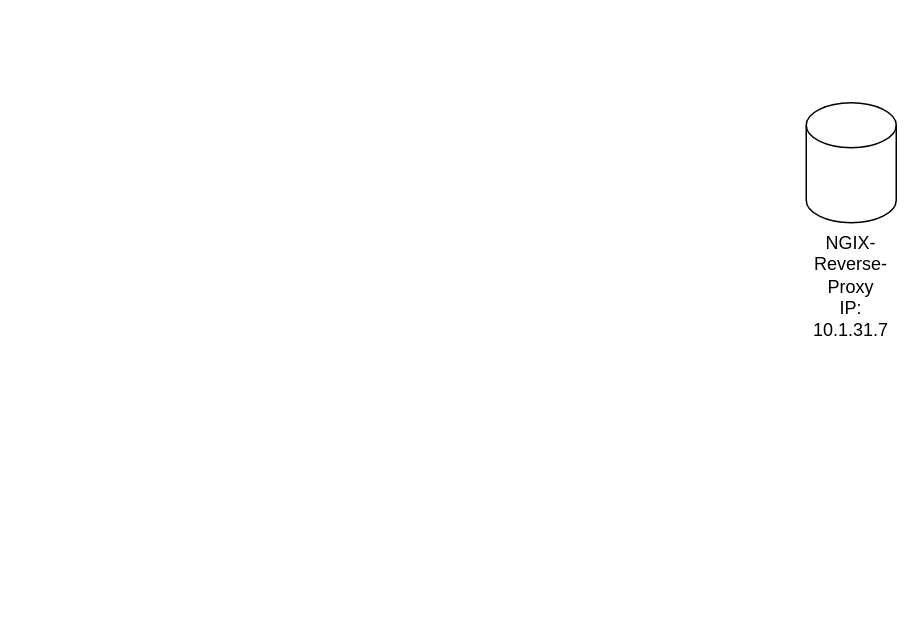
SayHeyD/M300-BIST keeps this draw.io diagram as images/Untitled Diagram.drawio. Above is the earlier version. Source tidied: cells renumbered, new cells numbered last; positions are measured from the earlier drawing's top-left corner, leaving out a move shared by most shapes. Both pictures are drawn from the tidied source at 150%, with x=0, y=0 at pixel (806, 102).
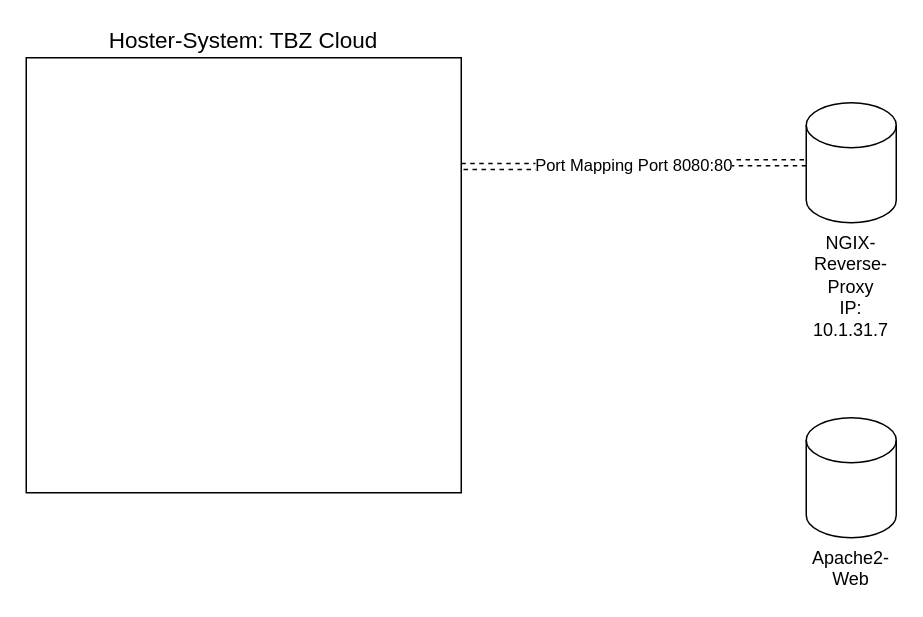
After the change.

Diff of the diagram source:
```diff
@@
 <mxGraphModel>
   <root>
     <mxCell id="0" />
     <mxCell id="1" parent="0" />
+    <mxCell id="3" value="Port Mapping Port 8080:80" style="edgeStyle=orthogonalEdgeStyle;rounded=0;jettySize=auto;html=1;exitX=1;exitY=0.25;exitDx=0;exitDy=0;dashed=1;shape=link;" parent="1" edge="1" source="4" target="2">
+      <mxGeometry relative="1" as="geometry">
+        <Array as="points">
+          <mxPoint x="-115" y="43" />
+          <mxPoint x="-115" y="40" />
+        </Array>
+      </mxGeometry>
+    </mxCell>
+    <mxCell id="4" value="&lt;font style=&quot;font-size: 15px&quot;&gt;Hoster-System: TBZ Cloud&lt;/font&gt;" style="whiteSpace=wrap;html=1;labelPosition=center;verticalLabelPosition=top;align=center;verticalAlign=bottom;" parent="1" vertex="1">
+      <mxGeometry x="-520" y="-30" width="290" height="290" as="geometry" />
+    </mxCell>
     <mxCell id="2" value="NGIX-Reverse-Proxy&lt;br&gt;IP: 10.1.31.7" style="shape=cylinder2;whiteSpace=wrap;html=1;boundedLbl=1;backgroundOutline=1;size=15;labelPosition=center;verticalLabelPosition=bottom;align=center;verticalAlign=top;" parent="1" vertex="1">
       <mxGeometry width="60" height="80" as="geometry" />
     </mxCell>
+    <mxCell id="5" value="Apache2-Web" style="shape=cylinder2;whiteSpace=wrap;html=1;boundedLbl=1;backgroundOutline=1;size=15;labelPosition=center;verticalLabelPosition=bottom;align=center;verticalAlign=top;" parent="1" vertex="1">
+      <mxGeometry y="210" width="60" height="80" as="geometry" />
+    </mxCell>
   </root>
 </mxGraphModel>
```
